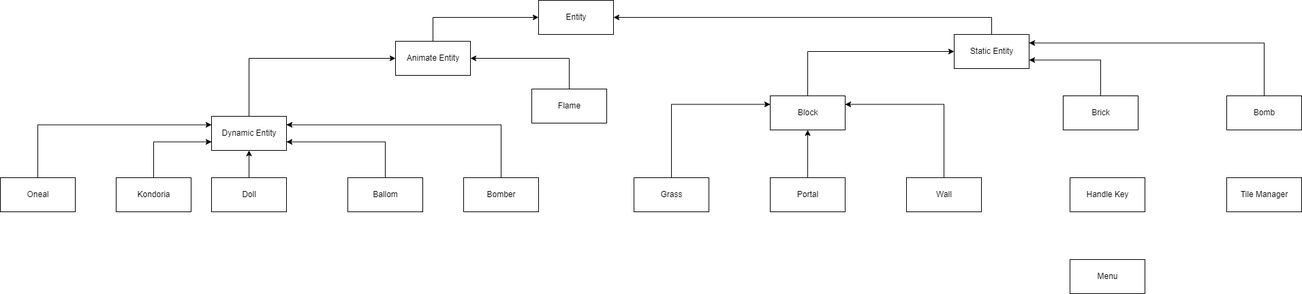
Before: UML.png, a diagram exported from draw.io (Andrew-Bu1/BomberMan). Source tidied: cells renumbered, new cells last; positions are measured from the earlier drawing's top-left corner, leaving out a move shared by most shapes. Its diagram source:
```xml
<mxGraphModel>
  <root>
    <mxCell id="0" />
    <mxCell id="1" parent="0" />
    <mxCell id="2" value="Entity" style="html=1;" parent="1" vertex="1">
      <mxGeometry x="790" width="110" height="50" as="geometry" />
    </mxCell>
    <mxCell id="3" style="edgeStyle=orthogonalEdgeStyle;rounded=0;jettySize=auto;html=1;exitX=0.5;exitY=0;exitDx=0;exitDy=0;entryX=0;entryY=0.5;entryDx=0;entryDy=0;" parent="1" edge="1" source="4" target="2">
      <mxGeometry relative="1" as="geometry" />
    </mxCell>
    <mxCell id="4" value="Animate Entity" style="html=1;" parent="1" vertex="1">
      <mxGeometry x="580" y="60" width="110" height="50" as="geometry" />
    </mxCell>
    <mxCell id="5" style="edgeStyle=orthogonalEdgeStyle;rounded=0;jettySize=auto;html=1;exitX=0.5;exitY=0;exitDx=0;exitDy=0;entryX=1;entryY=0.5;entryDx=0;entryDy=0;" parent="1" edge="1" source="6" target="2">
      <mxGeometry relative="1" as="geometry" />
    </mxCell>
    <mxCell id="6" value="Static Entity" style="html=1;" parent="1" vertex="1">
      <mxGeometry x="1400" y="50" width="110" height="50" as="geometry" />
    </mxCell>
    <mxCell id="7" style="edgeStyle=orthogonalEdgeStyle;rounded=0;jettySize=auto;html=1;exitX=0.5;exitY=0;exitDx=0;exitDy=0;entryX=0;entryY=0.5;entryDx=0;entryDy=0;" parent="1" edge="1" source="8" target="4">
      <mxGeometry relative="1" as="geometry" />
    </mxCell>
    <mxCell id="8" value="Dynamic Entity" style="html=1;" parent="1" vertex="1">
      <mxGeometry x="310" y="170" width="110" height="50" as="geometry" />
    </mxCell>
    <mxCell id="9" style="edgeStyle=orthogonalEdgeStyle;rounded=0;jettySize=auto;html=1;exitX=0.5;exitY=0;exitDx=0;exitDy=0;entryX=0.5;entryY=1;entryDx=0;entryDy=0;" parent="1" edge="1" source="10" target="8">
      <mxGeometry relative="1" as="geometry" />
    </mxCell>
    <mxCell id="10" value="Doll" style="html=1;" parent="1" vertex="1">
      <mxGeometry x="310" y="260" width="110" height="50" as="geometry" />
    </mxCell>
    <mxCell id="11" style="edgeStyle=orthogonalEdgeStyle;rounded=0;jettySize=auto;html=1;exitX=0.5;exitY=0;exitDx=0;exitDy=0;entryX=0;entryY=0.75;entryDx=0;entryDy=0;" parent="1" edge="1" source="12" target="8">
      <mxGeometry relative="1" as="geometry" />
    </mxCell>
    <mxCell id="12" value="Kondoria" style="html=1;" parent="1" vertex="1">
      <mxGeometry x="170" y="260" width="110" height="50" as="geometry" />
    </mxCell>
    <mxCell id="13" style="edgeStyle=orthogonalEdgeStyle;rounded=0;jettySize=auto;html=1;exitX=0.5;exitY=0;exitDx=0;exitDy=0;entryX=1;entryY=0.75;entryDx=0;entryDy=0;" parent="1" edge="1" source="14" target="8">
      <mxGeometry relative="1" as="geometry" />
    </mxCell>
    <mxCell id="14" value="Ballom" style="html=1;" parent="1" vertex="1">
      <mxGeometry x="510" y="260" width="110" height="50" as="geometry" />
    </mxCell>
    <mxCell id="15" style="edgeStyle=orthogonalEdgeStyle;rounded=0;jettySize=auto;html=1;exitX=0.5;exitY=0;exitDx=0;exitDy=0;entryX=1;entryY=0.25;entryDx=0;entryDy=0;" parent="1" edge="1" source="16" target="8">
      <mxGeometry relative="1" as="geometry" />
    </mxCell>
    <mxCell id="16" value="Bomber" style="html=1;" parent="1" vertex="1">
      <mxGeometry x="680" y="260" width="110" height="50" as="geometry" />
    </mxCell>
    <mxCell id="17" style="edgeStyle=orthogonalEdgeStyle;rounded=0;jettySize=auto;html=1;exitX=0.5;exitY=0;exitDx=0;exitDy=0;entryX=0;entryY=0.25;entryDx=0;entryDy=0;" parent="1" edge="1" source="18" target="8">
      <mxGeometry relative="1" as="geometry" />
    </mxCell>
    <mxCell id="18" value="Oneal" style="html=1;" parent="1" vertex="1">
      <mxGeometry y="260" width="110" height="50" as="geometry" />
    </mxCell>
    <mxCell id="19" style="edgeStyle=orthogonalEdgeStyle;rounded=0;jettySize=auto;html=1;exitX=0.5;exitY=0;exitDx=0;exitDy=0;entryX=1;entryY=0.5;entryDx=0;entryDy=0;" parent="1" edge="1" source="20" target="4">
      <mxGeometry relative="1" as="geometry" />
    </mxCell>
    <mxCell id="20" value="Flame" style="html=1;" parent="1" vertex="1">
      <mxGeometry x="780" y="130" width="110" height="50" as="geometry" />
    </mxCell>
    <mxCell id="21" style="edgeStyle=orthogonalEdgeStyle;rounded=0;jettySize=auto;html=1;exitX=0.5;exitY=0;exitDx=0;exitDy=0;entryX=0;entryY=0.5;entryDx=0;entryDy=0;" parent="1" edge="1" source="22" target="6">
      <mxGeometry relative="1" as="geometry" />
    </mxCell>
    <mxCell id="22" value="Block" style="html=1;" parent="1" vertex="1">
      <mxGeometry x="1130" y="140" width="110" height="50" as="geometry" />
    </mxCell>
    <mxCell id="23" style="edgeStyle=orthogonalEdgeStyle;rounded=0;jettySize=auto;html=1;exitX=0.5;exitY=0;exitDx=0;exitDy=0;entryX=0;entryY=0.25;entryDx=0;entryDy=0;" parent="1" edge="1" source="24" target="22">
      <mxGeometry relative="1" as="geometry" />
    </mxCell>
    <mxCell id="24" value="Grass" style="html=1;" parent="1" vertex="1">
      <mxGeometry x="930" y="260" width="110" height="50" as="geometry" />
    </mxCell>
    <mxCell id="25" style="edgeStyle=orthogonalEdgeStyle;rounded=0;jettySize=auto;html=1;exitX=0.5;exitY=0;exitDx=0;exitDy=0;entryX=0.5;entryY=1;entryDx=0;entryDy=0;" parent="1" edge="1" source="26" target="22">
      <mxGeometry relative="1" as="geometry" />
    </mxCell>
    <mxCell id="26" value="Portal" style="html=1;" parent="1" vertex="1">
      <mxGeometry x="1130" y="260" width="110" height="50" as="geometry" />
    </mxCell>
    <mxCell id="27" style="edgeStyle=orthogonalEdgeStyle;rounded=0;jettySize=auto;html=1;exitX=0.5;exitY=0;exitDx=0;exitDy=0;entryX=1;entryY=0.25;entryDx=0;entryDy=0;" parent="1" edge="1" source="28" target="22">
      <mxGeometry relative="1" as="geometry" />
    </mxCell>
    <mxCell id="28" value="Wall" style="html=1;" parent="1" vertex="1">
      <mxGeometry x="1330" y="260" width="110" height="50" as="geometry" />
    </mxCell>
    <mxCell id="29" style="edgeStyle=orthogonalEdgeStyle;rounded=0;jettySize=auto;html=1;exitX=0.5;exitY=0;exitDx=0;exitDy=0;entryX=1;entryY=0.75;entryDx=0;entryDy=0;" parent="1" edge="1" source="30" target="6">
      <mxGeometry relative="1" as="geometry" />
    </mxCell>
    <mxCell id="30" value="Brick" style="html=1;" parent="1" vertex="1">
      <mxGeometry x="1560" y="140" width="110" height="50" as="geometry" />
    </mxCell>
    <mxCell id="31" style="edgeStyle=orthogonalEdgeStyle;rounded=0;jettySize=auto;html=1;exitX=0.5;exitY=0;exitDx=0;exitDy=0;entryX=1;entryY=0.25;entryDx=0;entryDy=0;" parent="1" edge="1" source="32" target="6">
      <mxGeometry relative="1" as="geometry" />
    </mxCell>
    <mxCell id="32" value="Bomb" style="html=1;" parent="1" vertex="1">
      <mxGeometry x="1800" y="140" width="110" height="50" as="geometry" />
    </mxCell>
    <mxCell id="33" value="Handle Key" style="html=1;" parent="1" vertex="1">
      <mxGeometry x="1570" y="260" width="110" height="50" as="geometry" />
    </mxCell>
    <mxCell id="34" value="Tile Manager" style="html=1;" parent="1" vertex="1">
      <mxGeometry x="1800" y="260" width="110" height="50" as="geometry" />
    </mxCell>
    <mxCell id="35" value="Menu" style="html=1;" parent="1" vertex="1">
      <mxGeometry x="1570" y="380" width="110" height="50" as="geometry" />
    </mxCell>
  </root>
</mxGraphModel>
```
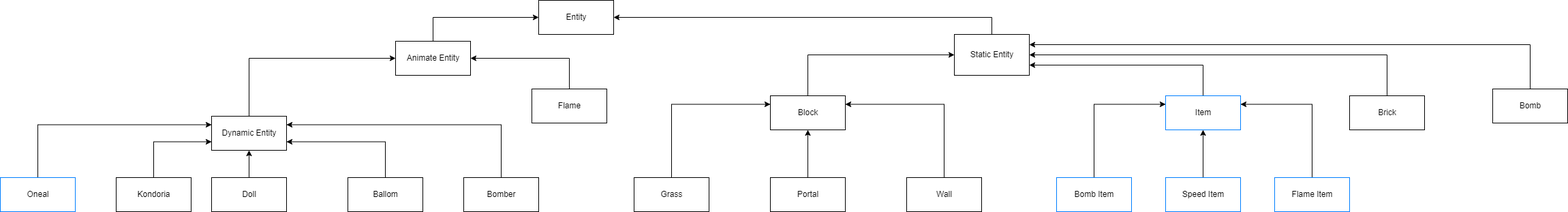
The same diagram one commit later.

Commit message:
add UML relationship

What changed in the source:
```diff
@@ -15,7 +15,7 @@
       <mxGeometry relative="1" as="geometry" />
     </mxCell>
     <mxCell id="6" value="Static Entity" style="html=1;" parent="1" vertex="1">
-      <mxGeometry x="1400" y="50" width="110" height="50" as="geometry" />
+      <mxGeometry x="1400" y="50" width="110" height="60" as="geometry" />
     </mxCell>
     <mxCell id="7" style="edgeStyle=orthogonalEdgeStyle;rounded=0;jettySize=auto;html=1;exitX=0.5;exitY=0;exitDx=0;exitDy=0;entryX=0;entryY=0.5;entryDx=0;entryDy=0;" parent="1" edge="1" source="8" target="4">
       <mxGeometry relative="1" as="geometry" />
@@ -47,10 +47,10 @@
     <mxCell id="16" value="Bomber" style="html=1;" parent="1" vertex="1">
       <mxGeometry x="680" y="260" width="110" height="50" as="geometry" />
     </mxCell>
-    <mxCell id="17" style="edgeStyle=orthogonalEdgeStyle;rounded=0;jettySize=auto;html=1;exitX=0.5;exitY=0;exitDx=0;exitDy=0;entryX=0;entryY=0.25;entryDx=0;entryDy=0;" parent="1" edge="1" source="18" target="8">
+    <mxCell id="17" style="edgeStyle=orthogonalEdgeStyle;rounded=0;jettySize=auto;html=1;exitX=0.5;exitY=0;exitDx=0;exitDy=0;entryX=0;entryY=0.25;entryDx=0;entryDy=0;fillColor=#67AB9F;" parent="1" edge="1" source="18" target="8">
       <mxGeometry relative="1" as="geometry" />
     </mxCell>
-    <mxCell id="18" value="Oneal" style="html=1;" parent="1" vertex="1">
+    <mxCell id="18" value="Oneal" style="html=1;strokeColor=#007FFF;" parent="1" vertex="1">
       <mxGeometry y="260" width="110" height="50" as="geometry" />
     </mxCell>
     <mxCell id="19" style="edgeStyle=orthogonalEdgeStyle;rounded=0;jettySize=auto;html=1;exitX=0.5;exitY=0;exitDx=0;exitDy=0;entryX=1;entryY=0.5;entryDx=0;entryDy=0;" parent="1" edge="1" source="20" target="4">
@@ -77,32 +77,47 @@
     <mxCell id="26" value="Portal" style="html=1;" parent="1" vertex="1">
       <mxGeometry x="1130" y="260" width="110" height="50" as="geometry" />
     </mxCell>
-    <mxCell id="27" style="edgeStyle=orthogonalEdgeStyle;rounded=0;jettySize=auto;html=1;exitX=0.5;exitY=0;exitDx=0;exitDy=0;entryX=1;entryY=0.25;entryDx=0;entryDy=0;" parent="1" edge="1" source="28" target="22">
+    <mxCell id="27" style="edgeStyle=orthogonalEdgeStyle;rounded=0;jettySize=auto;html=1;exitX=0.5;exitY=0;exitDx=0;exitDy=0;entryX=1;entryY=0.25;entryDx=0;entryDy=0;fillColor=#67AB9F;" parent="1" edge="1" source="28" target="22">
       <mxGeometry relative="1" as="geometry" />
     </mxCell>
     <mxCell id="28" value="Wall" style="html=1;" parent="1" vertex="1">
       <mxGeometry x="1330" y="260" width="110" height="50" as="geometry" />
     </mxCell>
-    <mxCell id="29" style="edgeStyle=orthogonalEdgeStyle;rounded=0;jettySize=auto;html=1;exitX=0.5;exitY=0;exitDx=0;exitDy=0;entryX=1;entryY=0.75;entryDx=0;entryDy=0;" parent="1" edge="1" source="30" target="6">
+    <mxCell id="29" style="edgeStyle=orthogonalEdgeStyle;rounded=0;jettySize=auto;html=1;exitX=0.5;exitY=0;exitDx=0;exitDy=0;entryX=1;entryY=0.5;entryDx=0;entryDy=0;fillColor=#67AB9F;" parent="1" edge="1" source="30" target="6">
       <mxGeometry relative="1" as="geometry" />
     </mxCell>
     <mxCell id="30" value="Brick" style="html=1;" parent="1" vertex="1">
-      <mxGeometry x="1560" y="140" width="110" height="50" as="geometry" />
+      <mxGeometry x="1980" y="140" width="110" height="50" as="geometry" />
     </mxCell>
-    <mxCell id="31" style="edgeStyle=orthogonalEdgeStyle;rounded=0;jettySize=auto;html=1;exitX=0.5;exitY=0;exitDx=0;exitDy=0;entryX=1;entryY=0.25;entryDx=0;entryDy=0;" parent="1" edge="1" source="32" target="6">
+    <mxCell id="31" style="edgeStyle=orthogonalEdgeStyle;rounded=0;jettySize=auto;html=1;exitX=0.5;exitY=0;exitDx=0;exitDy=0;entryX=1;entryY=0.25;entryDx=0;entryDy=0;fillColor=#67AB9F;" parent="1" edge="1" source="32" target="6">
       <mxGeometry relative="1" as="geometry" />
     </mxCell>
     <mxCell id="32" value="Bomb" style="html=1;" parent="1" vertex="1">
-      <mxGeometry x="1800" y="140" width="110" height="50" as="geometry" />
+      <mxGeometry x="2190" y="130" width="110" height="50" as="geometry" />
     </mxCell>
-    <mxCell id="33" value="Handle Key" style="html=1;" parent="1" vertex="1">
-      <mxGeometry x="1570" y="260" width="110" height="50" as="geometry" />
-    </mxCell>
-    <mxCell id="34" value="Tile Manager" style="html=1;" parent="1" vertex="1">
-      <mxGeometry x="1800" y="260" width="110" height="50" as="geometry" />
-    </mxCell>
-    <mxCell id="35" value="Menu" style="html=1;" parent="1" vertex="1">
-      <mxGeometry x="1570" y="380" width="110" height="50" as="geometry" />
-    </mxCell>
+    <mxCell id="36" style="edgeStyle=orthogonalEdgeStyle;rounded=0;jettySize=auto;html=1;exitX=0.5;exitY=0;exitDx=0;exitDy=0;entryX=1;entryY=0.75;entryDx=0;entryDy=0;fillColor=#67AB9F;" parent="1" edge="1" source="37" target="6">
+      <mxGeometry relative="1" as="geometry" />
+    </mxCell>
+    <mxCell id="37" value="Item" style="html=1;strokeColor=#007FFF;" parent="1" vertex="1">
+      <mxGeometry x="1710" y="140" width="110" height="50" as="geometry" />
+    </mxCell>
+    <mxCell id="38" style="edgeStyle=orthogonalEdgeStyle;rounded=0;jettySize=auto;html=1;exitX=0.5;exitY=0;exitDx=0;exitDy=0;entryX=0;entryY=0.25;entryDx=0;entryDy=0;fillColor=#67AB9F;" parent="1" edge="1" source="39" target="37">
+      <mxGeometry relative="1" as="geometry" />
+    </mxCell>
+    <mxCell id="39" value="Bomb Item" style="html=1;strokeColor=#007FFF;" parent="1" vertex="1">
+      <mxGeometry x="1550" y="260" width="110" height="50" as="geometry" />
+    </mxCell>
+    <mxCell id="40" style="edgeStyle=orthogonalEdgeStyle;rounded=0;jettySize=auto;html=1;exitX=0.5;exitY=0;exitDx=0;exitDy=0;entryX=0.5;entryY=1;entryDx=0;entryDy=0;fillColor=#67AB9F;" parent="1" edge="1" source="41" target="37">
+      <mxGeometry relative="1" as="geometry" />
+    </mxCell>
+    <mxCell id="41" value="Speed Item" style="html=1;strokeColor=#007FFF;" parent="1" vertex="1">
+      <mxGeometry x="1710" y="260" width="110" height="50" as="geometry" />
+    </mxCell>
+    <mxCell id="42" style="edgeStyle=orthogonalEdgeStyle;rounded=0;jettySize=auto;html=1;exitX=0.5;exitY=0;exitDx=0;exitDy=0;entryX=1;entryY=0.25;entryDx=0;entryDy=0;fillColor=#67AB9F;" parent="1" edge="1" source="43" target="37">
+      <mxGeometry relative="1" as="geometry" />
+    </mxCell>
+    <mxCell id="43" value="Flame Item" style="html=1;strokeColor=#007FFF;" parent="1" vertex="1">
+      <mxGeometry x="1870" y="260" width="110" height="50" as="geometry" />
+    </mxCell>
   </root>
 </mxGraphModel>
```
